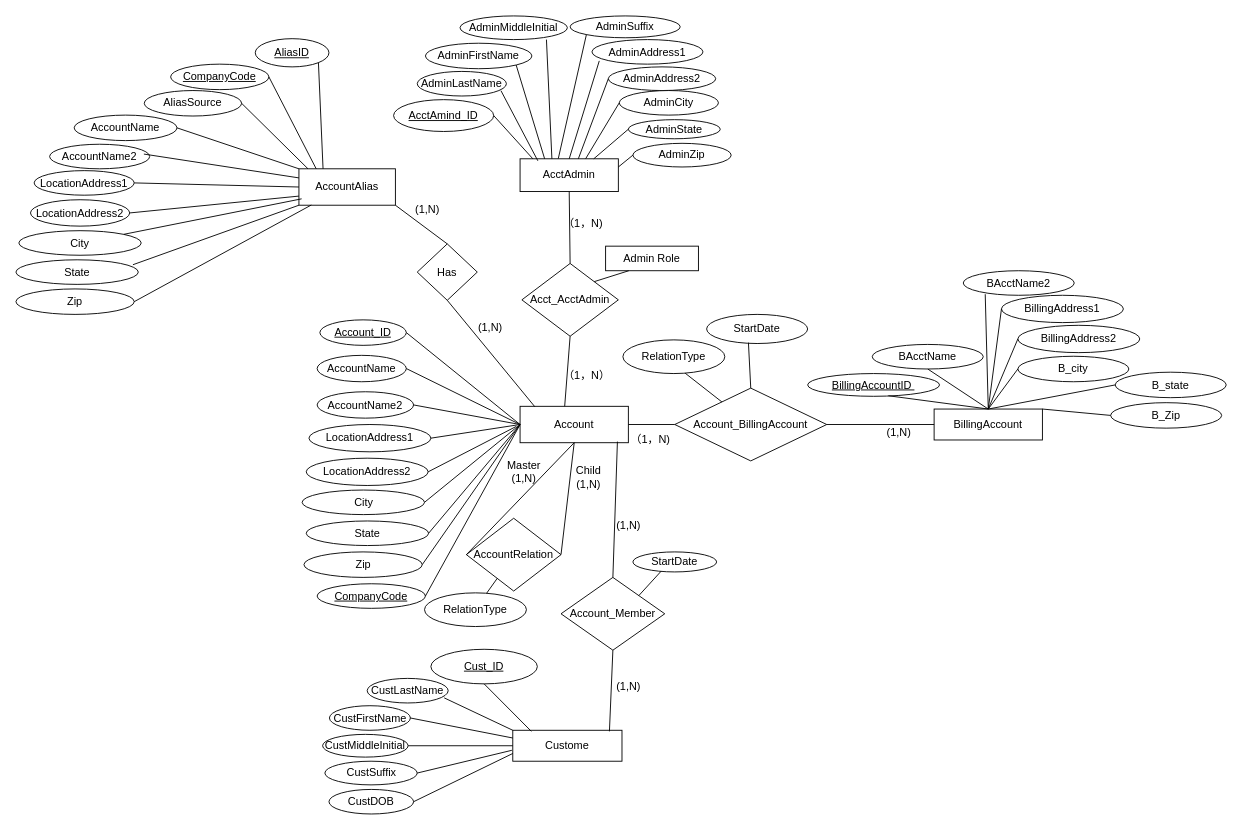
This is page "Page-1" (1 of 2) of dsm-project-p1.drawio from HanquanL/c_practices, a draw.io file, before an edit. Source tidied: cells renumbered, new cells numbered last; positions are measured from the earlier drawing's top-left corner, leaving out a move shared by most shapes. Both pictures are drawn from the tidied source at 91%, with x=0, y=0 at pixel (15, 15).
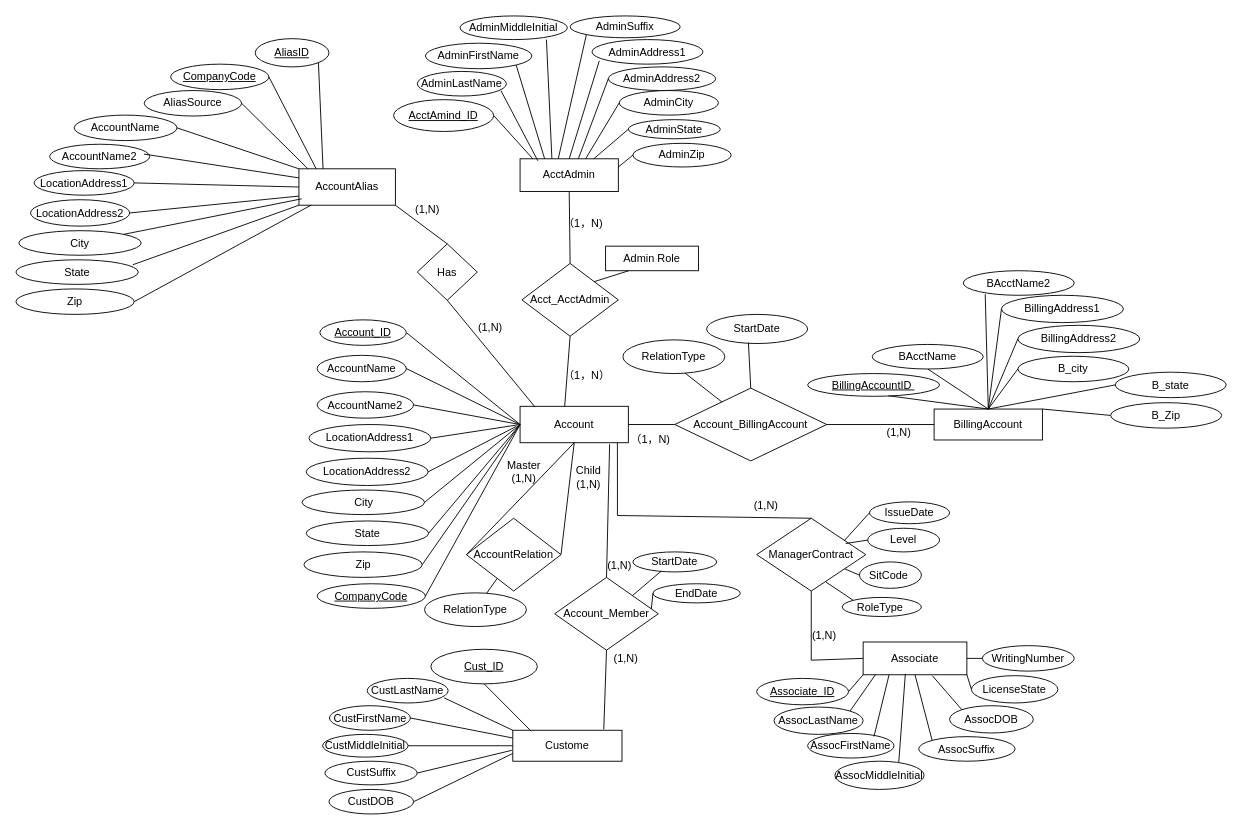
Above is the later version.

Commit message:
associate and managercontract done

Unchanged cells that the change refers to:
```xml
<mxCell id="2" value="Account" style="rounded=0;whiteSpace=wrap;html=1;" parent="1" vertex="1">
  <mxGeometry x="554" y="429" width="119" height="40" as="geometry" />
</mxCell>
<mxCell id="82" value="Custome" style="rounded=0;whiteSpace=wrap;html=1;" parent="1" vertex="1">
  <mxGeometry x="546" y="785" width="120" height="34" as="geometry" />
</mxCell>
```

The edit, as a diff of the source:
```diff
@@
     <mxCell id="95" value="Account_Member" style="rhombus;whiteSpace=wrap;html=1;" parent="1" vertex="1">
-      <mxGeometry x="599" y="617" width="114" height="80" as="geometry" />
+      <mxGeometry x="592" y="617" width="114" height="80" as="geometry" />
     </mxCell>
-    <mxCell id="96" style="endArrow=none;html=1;rounded=0;entryX=0.5;entryY=0;entryDx=0;entryDy=0;exitX=0.899;exitY=0.97;exitDx=0;exitDy=0;exitPerimeter=0;" parent="1" edge="1" source="2" target="95">
+    <mxCell id="96" style="endArrow=none;html=1;rounded=0;entryX=0.5;entryY=0;entryDx=0;entryDy=0;exitX=0.827;exitY=1.04;exitDx=0;exitDy=0;exitPerimeter=0;" parent="1" edge="1" source="2" target="95">
       <mxGeometry relative="1" as="geometry" />
     </mxCell>
-    <mxCell id="97" style="endArrow=none;html=1;rounded=0;exitX=0.5;exitY=1;exitDx=0;exitDy=0;entryX=0.885;entryY=0.035;entryDx=0;entryDy=0;entryPerimeter=0;" parent="1" edge="1" source="95" target="82">
-      <mxGeometry relative="1" as="geometry" />
+    <mxCell id="97" style="endArrow=none;html=1;rounded=0;exitX=0.5;exitY=1;exitDx=0;exitDy=0;" parent="1" edge="1" source="95">
+      <mxGeometry relative="1" as="geometry">
+        <mxPoint x="646" y="784" as="targetPoint" />
+      </mxGeometry>
     </mxCell>
@@
     <mxCell id="100" value="(1,N)" style="text;html=1;align=center;verticalAlign=middle;strokeColor=none;fillColor=none;" parent="1" vertex="1">
-      <mxGeometry x="650" y="547" width="45" height="26" as="geometry" />
+      <mxGeometry x="640" y="591" width="45" height="26" as="geometry" />
     </mxCell>
     <mxCell id="101" value="(1,N)" style="text;html=1;align=center;verticalAlign=middle;strokeColor=none;fillColor=none;" parent="1" vertex="1">
-      <mxGeometry x="650" y="724" width="45" height="26" as="geometry" />
+      <mxGeometry x="647" y="693" width="45" height="26" as="geometry" />
     </mxCell>
@@
+    <mxCell id="128" value="Associate" style="rounded=0;whiteSpace=wrap;html=1;" parent="1" vertex="1">
+      <mxGeometry x="931" y="688" width="114" height="36" as="geometry" />
+    </mxCell>
+    <mxCell id="129" value="&lt;u&gt;Associate_ID&lt;/u&gt;" style="ellipse;whiteSpace=wrap;html=1;" parent="1" vertex="1">
+      <mxGeometry x="814" y="728" width="101" height="29" as="geometry" />
+    </mxCell>
+    <mxCell id="130" value="AssocLastName" style="ellipse;whiteSpace=wrap;html=1;" parent="1" vertex="1">
+      <mxGeometry x="833" y="759.5" width="98" height="30" as="geometry" />
+    </mxCell>
+    <mxCell id="131" value="AssocFirstName" style="ellipse;whiteSpace=wrap;html=1;" parent="1" vertex="1">
+      <mxGeometry x="870" y="788.5" width="95" height="27" as="geometry" />
+    </mxCell>
+    <mxCell id="132" value="AssocMiddleInitial" style="ellipse;whiteSpace=wrap;html=1;" parent="1" vertex="1">
+      <mxGeometry x="900" y="819" width="98" height="31" as="geometry" />
+    </mxCell>
+    <mxCell id="133" value="AssocSuffix" style="ellipse;whiteSpace=wrap;html=1;" parent="1" vertex="1">
+      <mxGeometry x="992" y="792" width="106" height="27" as="geometry" />
+    </mxCell>
+    <mxCell id="134" value="AssocDOB" style="ellipse;whiteSpace=wrap;html=1;" parent="1" vertex="1">
+      <mxGeometry x="1026" y="758" width="92" height="30" as="geometry" />
+    </mxCell>
+    <mxCell id="135" style="endArrow=none;html=1;rounded=0;entryX=1;entryY=0.5;entryDx=0;entryDy=0;exitX=0;exitY=1;exitDx=0;exitDy=0;" parent="1" edge="1" source="128" target="129">
+      <mxGeometry relative="1" as="geometry" />
+    </mxCell>
+    <mxCell id="136" style="endArrow=none;html=1;rounded=0;exitX=1;exitY=0;exitDx=0;exitDy=0;entryX=0.119;entryY=0.994;entryDx=0;entryDy=0;entryPerimeter=0;" parent="1" edge="1" source="130" target="128">
+      <mxGeometry relative="1" as="geometry" />
+    </mxCell>
+    <mxCell id="137" style="endArrow=none;html=1;rounded=0;exitX=0.768;exitY=0.122;exitDx=0;exitDy=0;exitPerimeter=0;entryX=0.25;entryY=1;entryDx=0;entryDy=0;" parent="1" edge="1" source="131" target="128">
+      <mxGeometry relative="1" as="geometry" />
+    </mxCell>
+    <mxCell id="138" style="endArrow=none;html=1;rounded=0;exitX=0.716;exitY=0.026;exitDx=0;exitDy=0;exitPerimeter=0;entryX=0.407;entryY=0.972;entryDx=0;entryDy=0;entryPerimeter=0;" parent="1" edge="1" source="132" target="128">
+      <mxGeometry relative="1" as="geometry" />
+    </mxCell>
+    <mxCell id="139" style="endArrow=none;html=1;rounded=0;entryX=0;entryY=0;entryDx=0;entryDy=0;exitX=0.5;exitY=1;exitDx=0;exitDy=0;" parent="1" edge="1" source="128" target="133">
+      <mxGeometry relative="1" as="geometry" />
+    </mxCell>
+    <mxCell id="140" style="endArrow=none;html=1;rounded=0;entryX=0;entryY=0;entryDx=0;entryDy=0;exitX=0.667;exitY=1.028;exitDx=0;exitDy=0;exitPerimeter=0;" parent="1" edge="1" source="128" target="134">
+      <mxGeometry relative="1" as="geometry" />
+    </mxCell>
+    <mxCell id="141" value="EndDate" style="ellipse;whiteSpace=wrap;html=1;" parent="1" vertex="1">
+      <mxGeometry x="700" y="624" width="96" height="21" as="geometry" />
+    </mxCell>
+    <mxCell id="142" style="endArrow=none;html=1;rounded=0;entryX=0;entryY=0.5;entryDx=0;entryDy=0;exitX=0.932;exitY=0.435;exitDx=0;exitDy=0;exitPerimeter=0;" parent="1" edge="1" source="95" target="141">
+      <mxGeometry relative="1" as="geometry" />
+    </mxCell>
+    <mxCell id="143" value="LicenseState" style="ellipse;whiteSpace=wrap;html=1;" parent="1" vertex="1">
+      <mxGeometry x="1050" y="725" width="95" height="30" as="geometry" />
+    </mxCell>
+    <mxCell id="144" style="endArrow=none;html=1;rounded=0;exitX=1;exitY=1;exitDx=0;exitDy=0;entryX=0;entryY=0.5;entryDx=0;entryDy=0;" parent="1" edge="1" source="128" target="143">
+      <mxGeometry relative="1" as="geometry" />
+    </mxCell>
+    <mxCell id="145" value="WritingNumber" style="ellipse;whiteSpace=wrap;html=1;" parent="1" vertex="1">
+      <mxGeometry x="1062" y="692" width="101" height="28" as="geometry" />
+    </mxCell>
+    <mxCell id="146" style="endArrow=none;html=1;rounded=0;entryX=0;entryY=0.5;entryDx=0;entryDy=0;exitX=1;exitY=0.5;exitDx=0;exitDy=0;" parent="1" edge="1" source="128" target="145">
+      <mxGeometry relative="1" as="geometry" />
+    </mxCell>
+    <mxCell id="147" value="ManagerContract" style="rhombus;whiteSpace=wrap;html=1;" parent="1" vertex="1">
+      <mxGeometry x="814" y="552" width="120" height="80" as="geometry" />
+    </mxCell>
+    <mxCell id="148" style="endArrow=none;html=1;rounded=0;exitX=0.5;exitY=1;exitDx=0;exitDy=0;entryX=0;entryY=0.5;entryDx=0;entryDy=0;" parent="1" edge="1" source="147" target="128">
+      <mxGeometry relative="1" as="geometry">
+        <Array as="points">
+          <mxPoint x="874" y="708" />
+        </Array>
+      </mxGeometry>
+    </mxCell>
+    <mxCell id="149" style="endArrow=none;html=1;rounded=0;entryX=0.5;entryY=0;entryDx=0;entryDy=0;exitX=0.899;exitY=1;exitDx=0;exitDy=0;exitPerimeter=0;" parent="1" edge="1" source="2" target="147">
+      <mxGeometry relative="1" as="geometry">
+        <Array as="points">
+          <mxPoint x="661" y="549" />
+        </Array>
+      </mxGeometry>
+    </mxCell>
+    <mxCell id="150" value="SitCode&amp;nbsp;" style="ellipse;whiteSpace=wrap;html=1;" parent="1" vertex="1">
+      <mxGeometry x="927" y="600" width="68" height="29" as="geometry" />
+    </mxCell>
+    <mxCell id="151" style="endArrow=none;html=1;rounded=0;entryX=0;entryY=0.5;entryDx=0;entryDy=0;" parent="1" edge="1" source="147" target="150">
+      <mxGeometry relative="1" as="geometry" />
+    </mxCell>
+    <mxCell id="152" value="Level" style="ellipse;whiteSpace=wrap;html=1;" parent="1" vertex="1">
+      <mxGeometry x="936" y="563" width="79" height="26" as="geometry" />
+    </mxCell>
+    <mxCell id="153" style="endArrow=none;html=1;rounded=0;exitX=0.815;exitY=0.347;exitDx=0;exitDy=0;exitPerimeter=0;entryX=0;entryY=0.5;entryDx=0;entryDy=0;" parent="1" edge="1" source="147" target="152">
+      <mxGeometry relative="1" as="geometry" />
+    </mxCell>
+    <mxCell id="154" value="IssueDate" style="ellipse;whiteSpace=wrap;html=1;" parent="1" vertex="1">
+      <mxGeometry x="938" y="534" width="88" height="24" as="geometry" />
+    </mxCell>
+    <mxCell id="155" style="endArrow=none;html=1;rounded=0;entryX=0;entryY=0.5;entryDx=0;entryDy=0;" parent="1" edge="1" target="154">
+      <mxGeometry relative="1" as="geometry">
+        <mxPoint x="910" y="577" as="sourcePoint" />
+      </mxGeometry>
+    </mxCell>
+    <mxCell id="156" value="RoleType&amp;nbsp;" style="ellipse;whiteSpace=wrap;html=1;" parent="1" vertex="1">
+      <mxGeometry x="908" y="639" width="87" height="21" as="geometry" />
+    </mxCell>
+    <mxCell id="157" style="endArrow=none;html=1;rounded=0;entryX=0;entryY=0;entryDx=0;entryDy=0;exitX=0.635;exitY=0.877;exitDx=0;exitDy=0;exitPerimeter=0;" parent="1" edge="1" source="147" target="156">
+      <mxGeometry relative="1" as="geometry" />
+    </mxCell>
+    <mxCell id="158" value="(1,N)" style="text;html=1;align=center;verticalAlign=middle;strokeColor=none;fillColor=none;" parent="1" vertex="1">
+      <mxGeometry x="865" y="668" width="45" height="26" as="geometry" />
+    </mxCell>
+    <mxCell id="159" value="(1,N)" style="text;html=1;align=center;verticalAlign=middle;strokeColor=none;fillColor=none;" parent="1" vertex="1">
+      <mxGeometry x="801" y="525" width="45" height="26" as="geometry" />
+    </mxCell>
```
